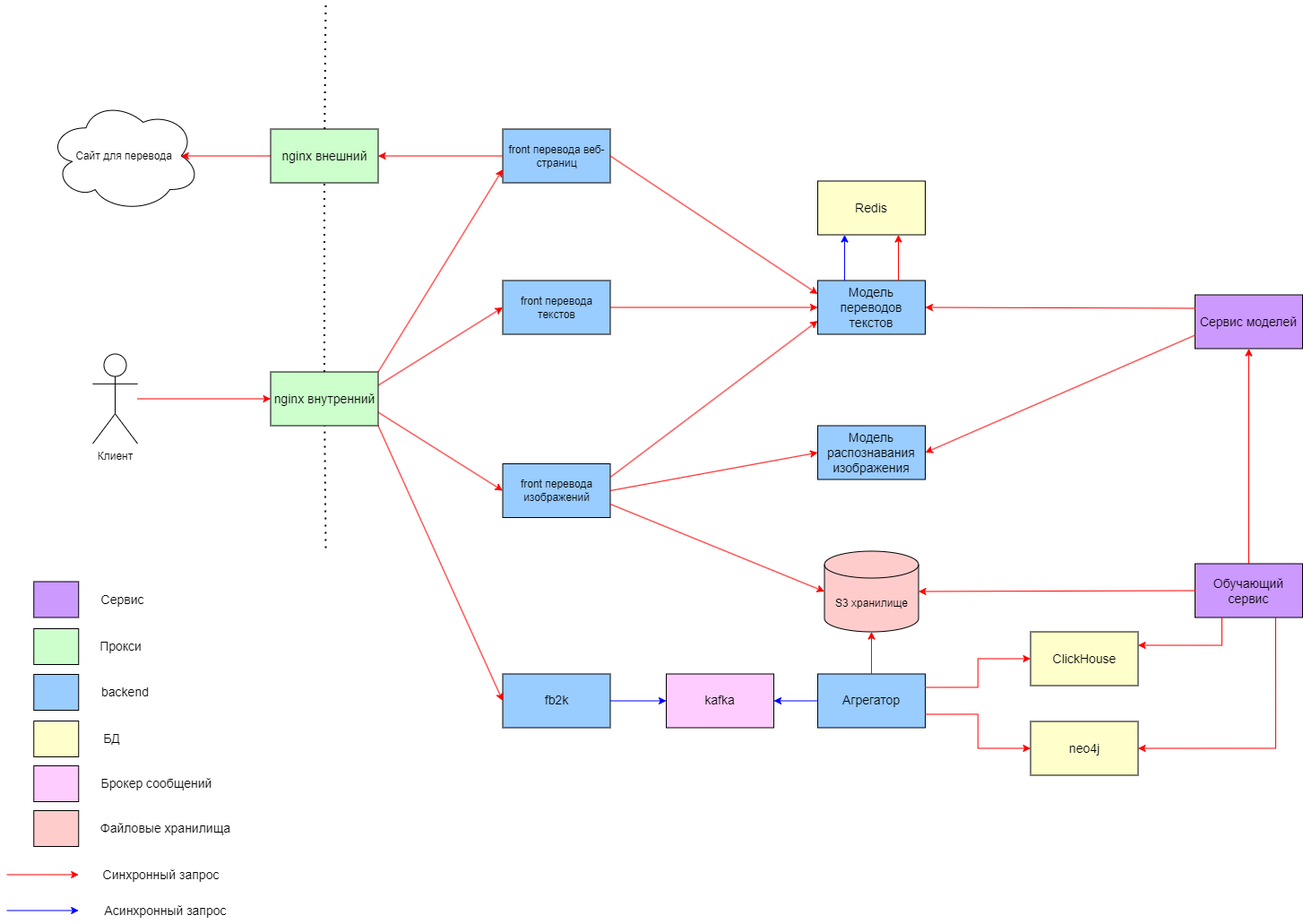
The draw.io diagram img/projectSchema.png in kek-flip/tp-highload, before a commit. Source tidied: cells renumbered, new cells last; positions are measured from the earlier drawing's top-left corner, leaving out a move shared by most shapes.
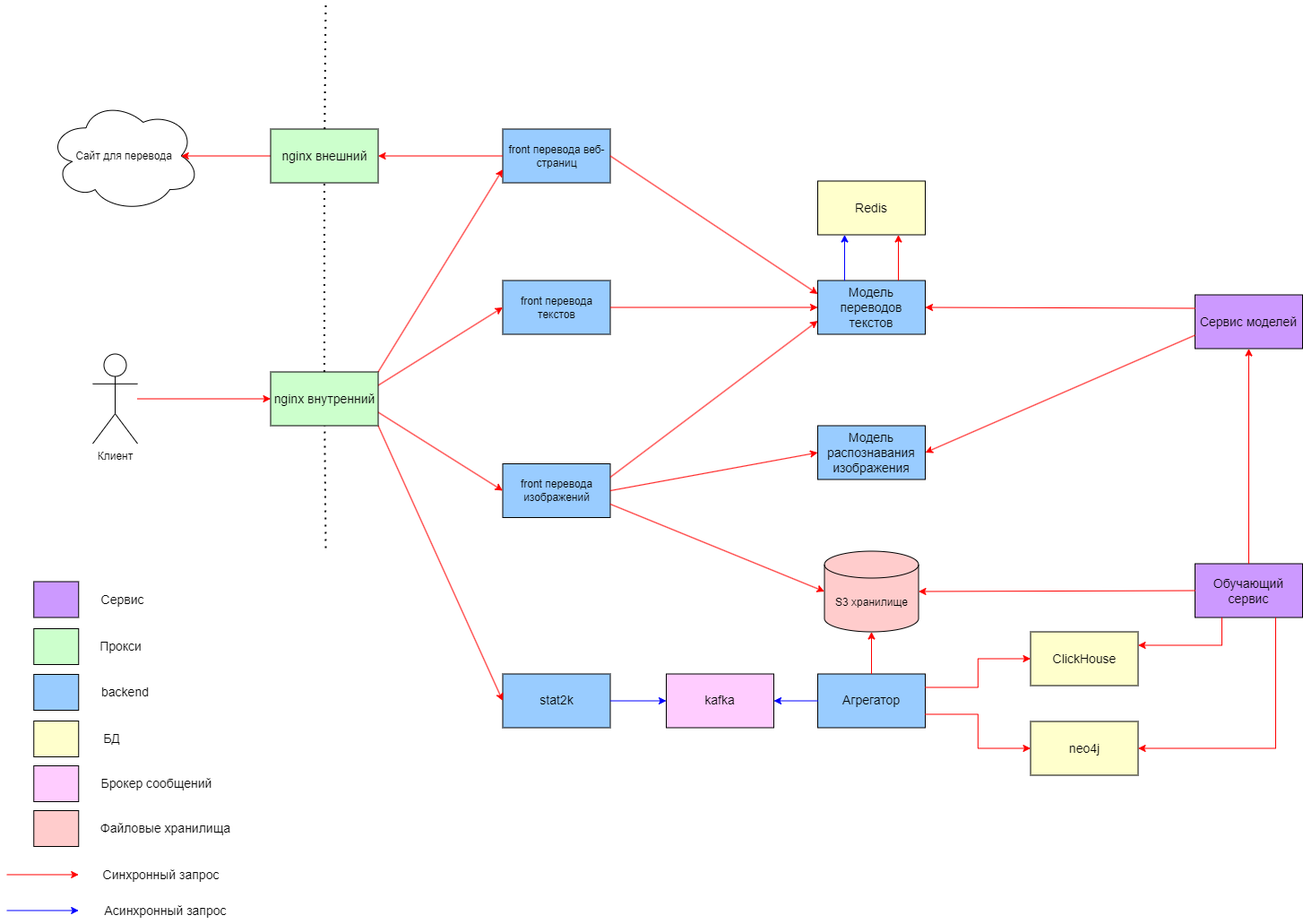
Later version of the same file.

Commit message:
Обновил схему проекта

The edit, as a diff of the source:
```diff
@@ -76,7 +76,7 @@
     <mxCell id="25" style="endArrow=classic;html=1;rounded=0;fillColor=#FF0000;strokeColor=#FF0000;entryX=1;entryY=0.5;entryDx=0;entryDy=0;exitX=0.75;exitY=1;exitDx=0;exitDy=0;edgeStyle=orthogonalEdgeStyle;" parent="1" edge="1" source="7" target="5">
       <mxGeometry relative="1" as="geometry" />
     </mxCell>
-    <mxCell id="26" value="&lt;span style=&quot;font-size: 14px;&quot;&gt;fb2k&lt;/span&gt;" style="rounded=0;whiteSpace=wrap;html=1;fillColor=#99CCFF;" parent="1" vertex="1">
+    <mxCell id="26" value="&lt;span style=&quot;font-size: 14px;&quot;&gt;stat2k&lt;/span&gt;" style="rounded=0;whiteSpace=wrap;html=1;fillColor=#99CCFF;" parent="1" vertex="1">
       <mxGeometry x="553.5" y="750.5" width="120" height="60" as="geometry" />
     </mxCell>
     <mxCell id="27" style="endArrow=classic;html=1;rounded=0;fillColor=#0000FF;strokeColor=#0000FF;entryX=0;entryY=0.5;entryDx=0;entryDy=0;exitX=1;exitY=0.5;exitDx=0;exitDy=0;" parent="1" edge="1" source="26" target="3">
```
